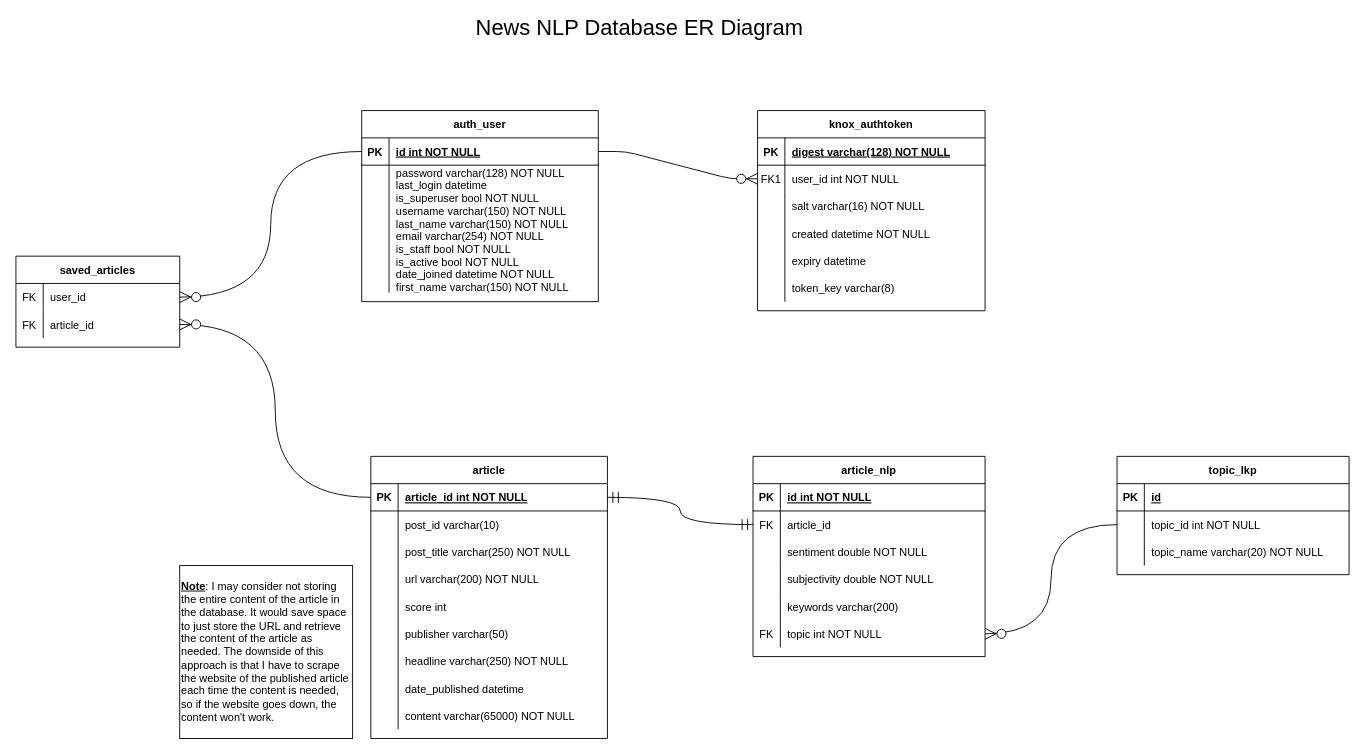
This is ER Diagram.drawio from MarkyMan4/capstone-planning, a draw.io file, before an edit. Source tidied: cells renumbered, new cells numbered last; positions are measured from the earlier drawing's top-left corner, leaving out a move shared by most shapes. Both pictures are drawn from the tidied source at 91%, with x=0, y=0 at pixel (15, 19).
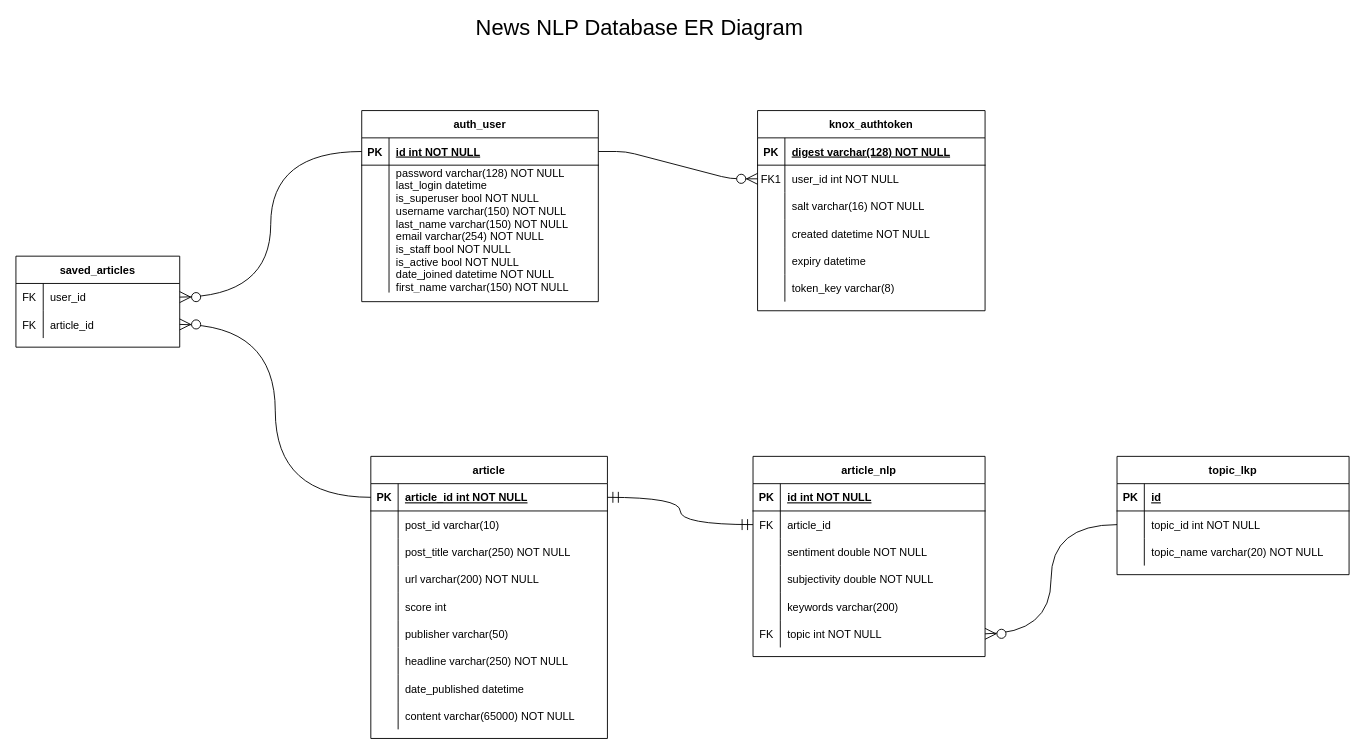
The same page after the edit.

Diff of the diagram source:
```diff
@@
-    <mxCell id="98" value="&lt;b&gt;&lt;u&gt;Note&lt;/u&gt;&lt;/b&gt;: I may consider not storing the entire content of the article in the database. It would save space to just store the URL and retrieve the content of the article as needed. The downside of this approach is that I have to scrape the website of the published article each time the content is needed, so if the website goes down, the content won't work." style="rounded=0;whiteSpace=wrap;html=1;align=left;" parent="1" vertex="1">
-      <mxGeometry x="180" y="600" width="190" height="190" as="geometry" />
-    </mxCell>
```
